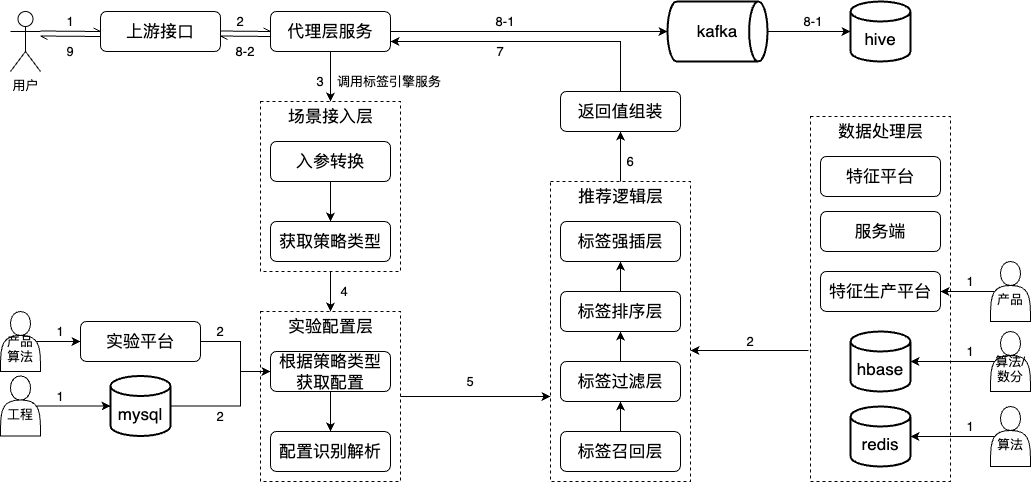
Before: work-draw-file/标签平台数据链路图.png, a diagram exported from draw.io (liujunao/draw-data). Source tidied: cells renumbered, new cells last; positions are measured from the earlier drawing's top-left corner, leaving out a move shared by most shapes.
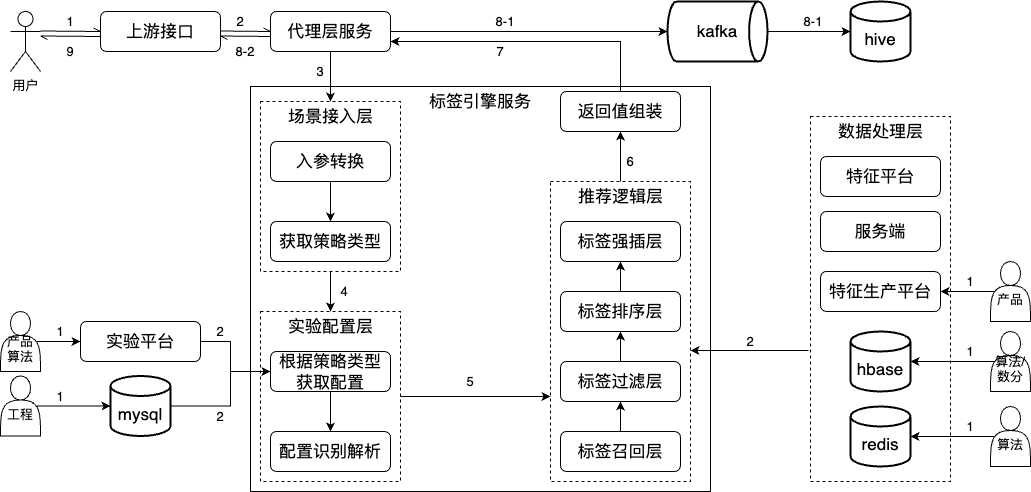
The same file after the commit.

Commit message:
更新标签平台数据链路图.png

Diff of the diagram source:
```diff
@@ -2,6 +2,9 @@
   <root>
     <mxCell id="0" />
     <mxCell id="1" parent="0" />
+    <mxCell id="80" style="rounded=0;whiteSpace=wrap;html=1;" parent="1" vertex="1">
+      <mxGeometry x="250" y="85" width="460" height="405" as="geometry" />
+    </mxCell>
     <mxCell id="2" style="rounded=0;whiteSpace=wrap;html=1;dashed=1;" parent="1" vertex="1">
       <mxGeometry x="810" y="115" width="140" height="365" as="geometry" />
     </mxCell>
@@ -38,8 +41,8 @@
     <mxCell id="13" style="edgeStyle=orthogonalEdgeStyle;rounded=0;jettySize=auto;html=1;exitX=1;exitY=0.5;exitDx=0;exitDy=0;entryX=0;entryY=0.5;entryDx=0;entryDy=0;" parent="1" edge="1" source="14" target="11">
       <mxGeometry relative="1" as="geometry">
         <Array as="points">
-          <mxPoint x="240" y="340" />
-          <mxPoint x="240" y="370" />
+          <mxPoint x="230" y="340" />
+          <mxPoint x="230" y="370" />
         </Array>
       </mxGeometry>
     </mxCell>
@@ -82,8 +85,8 @@
     <mxCell id="26" style="edgeStyle=orthogonalEdgeStyle;rounded=0;jettySize=auto;html=1;exitX=1;exitY=0.5;exitDx=0;exitDy=0;exitPerimeter=0;entryX=0;entryY=0.5;entryDx=0;entryDy=0;" parent="1" edge="1" source="27" target="11">
       <mxGeometry relative="1" as="geometry">
         <Array as="points">
-          <mxPoint x="240" y="405" />
-          <mxPoint x="240" y="370" />
+          <mxPoint x="230" y="405" />
+          <mxPoint x="230" y="370" />
         </Array>
       </mxGeometry>
     </mxCell>
@@ -158,8 +161,8 @@
         <mxPoint x="550" y="395" as="targetPoint" />
       </mxGeometry>
     </mxCell>
-    <mxCell id="48" value="调用标签引擎服务" style="text;html=1;strokeColor=none;fillColor=none;align=center;verticalAlign=middle;whiteSpace=wrap;rounded=0;" parent="1" vertex="1">
-      <mxGeometry x="334" y="65" width="110" height="30" as="geometry" />
+    <mxCell id="48" value="&lt;font style=&quot;font-size: 17px;&quot;&gt;标签引擎服务&lt;/font&gt;" style="text;html=1;strokeColor=none;fillColor=none;align=center;verticalAlign=middle;whiteSpace=wrap;rounded=0;" parent="1" vertex="1">
+      <mxGeometry x="425" y="85" width="110" height="30" as="geometry" />
     </mxCell>
     <mxCell id="49" style="endArrow=openAsync;html=1;rounded=0;endFill=0;" parent="1" edge="1">
       <mxGeometry relative="1" as="geometry">
@@ -204,7 +207,7 @@
       <mxGeometry x="230" y="10" width="20" height="20" as="geometry" />
     </mxCell>
     <mxCell id="59" value="3" style="text;html=1;strokeColor=none;fillColor=none;align=center;verticalAlign=middle;whiteSpace=wrap;rounded=0;" parent="1" vertex="1">
-      <mxGeometry x="310" y="70" width="20" height="20" as="geometry" />
+      <mxGeometry x="310" y="60" width="20" height="20" as="geometry" />
     </mxCell>
     <mxCell id="60" value="4" style="text;html=1;strokeColor=none;fillColor=none;align=center;verticalAlign=middle;whiteSpace=wrap;rounded=0;" parent="1" vertex="1">
       <mxGeometry x="334" y="280" width="20" height="20" as="geometry" />
```
